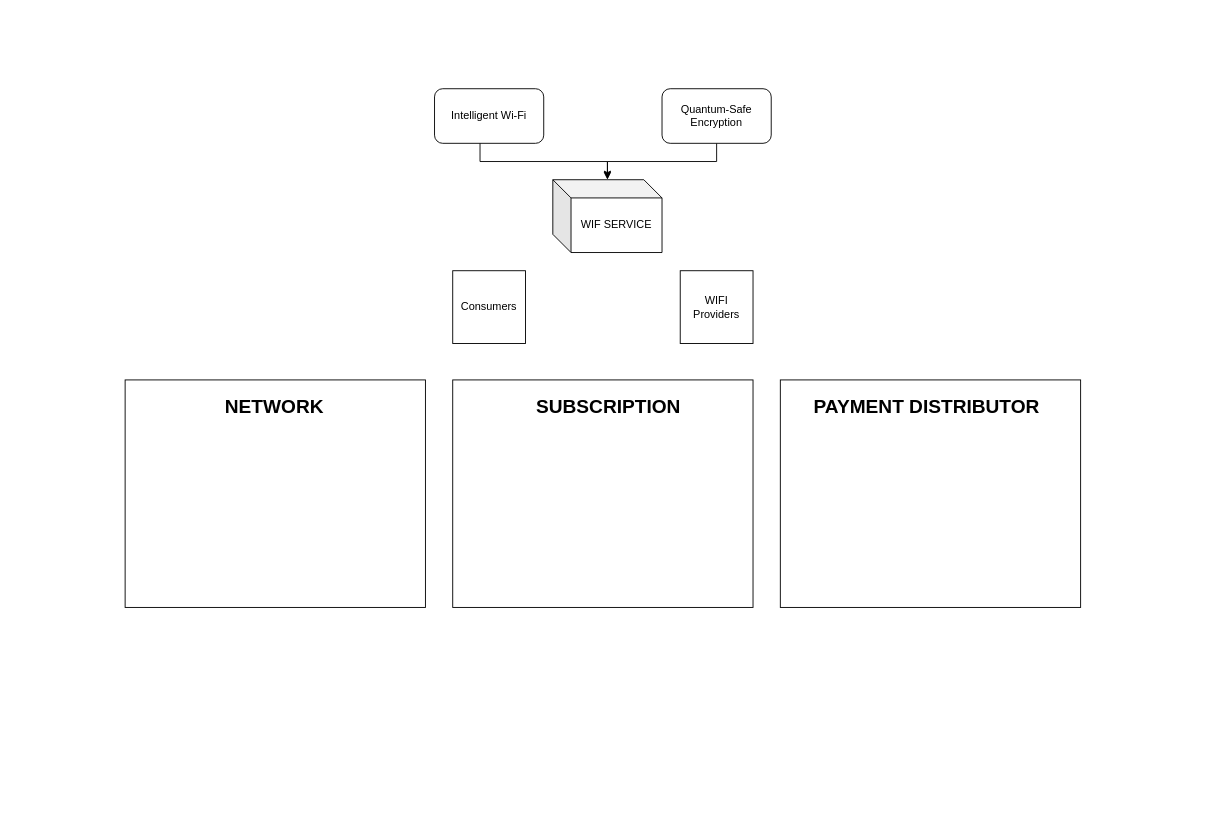
ali-05-ahmed/Concept-Diagrams keeps this draw.io diagram as quantinium.drawio. Above is the earlier version. Source tidied: cells renumbered, new cells numbered last; positions are measured from the earlier drawing's top-left corner, leaving out a move shared by most shapes. Both pictures are drawn from the tidied source at 91%, with x=0, y=0 at pixel (125, 88).
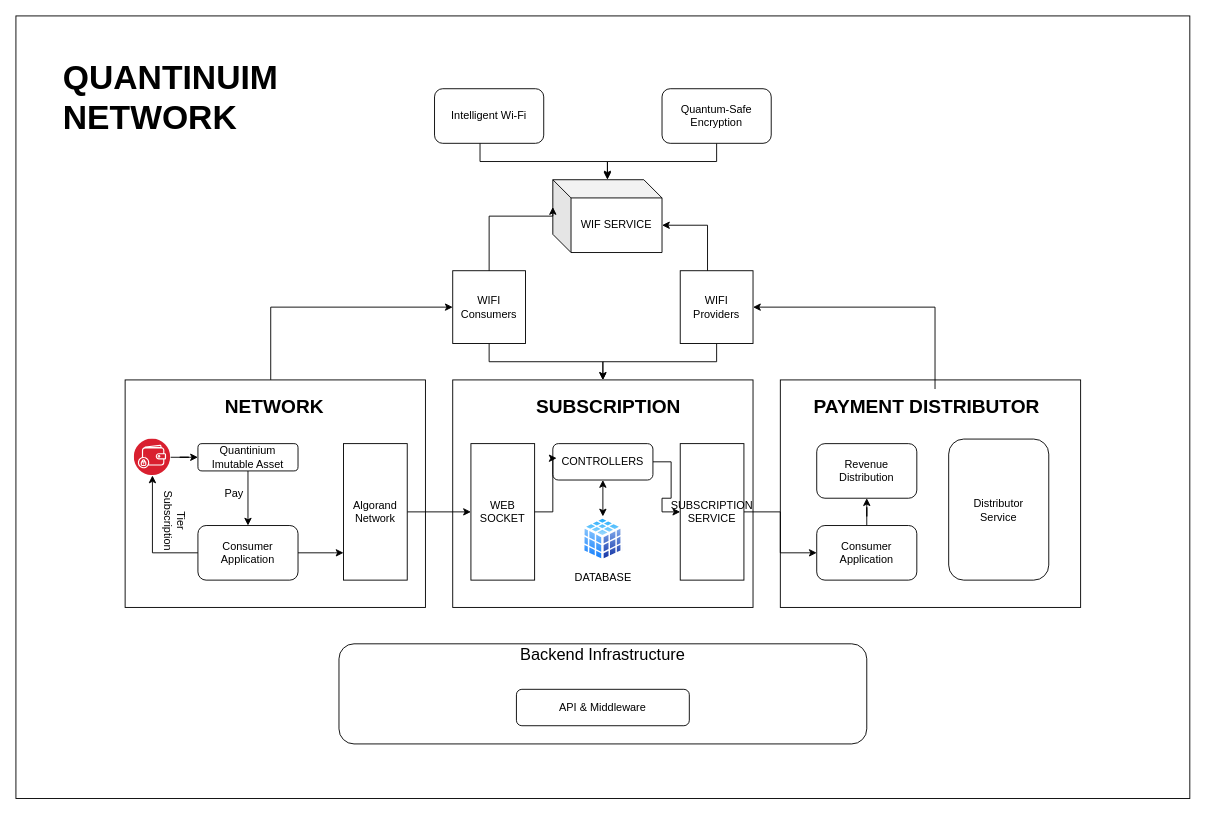
After the change.

Unchanged cells that the change refers to:
```xml
<mxCell id="4" value="WIF SERVICE" style="shape=cube;whiteSpace=wrap;html=1;boundedLbl=1;backgroundOutline=1;darkOpacity=0.05;darkOpacity2=0.1;" parent="1" vertex="1">
  <mxGeometry x="470" y="100" width="120" height="80" as="geometry" />
</mxCell>
<mxCell id="7" value="WIFI Providers" style="whiteSpace=wrap;html=1;" parent="1" vertex="1">
  <mxGeometry x="610" y="200" width="80" height="80" as="geometry" />
</mxCell>
<mxCell id="9" style="rounded=0;whiteSpace=wrap;html=1;" parent="1" vertex="1">
  <mxGeometry x="360" y="320" width="330" height="250" as="geometry" />
</mxCell>
<mxCell id="11" style="rounded=0;whiteSpace=wrap;html=1;" parent="1" vertex="1">
  <mxGeometry y="320" width="330" height="250" as="geometry" />
</mxCell>
<mxCell id="14" value="&lt;h1 style=&quot;margin-top: 0px; font-size: 21px;&quot;&gt;PAYMENT DISTRIBUTOR&lt;/h1&gt;" style="text;html=1;whiteSpace=wrap;overflow=hidden;rounded=0;" parent="1" vertex="1">
  <mxGeometry x="755" y="330" width="260" height="40" as="geometry" />
</mxCell>
```

The edit, as a diff of the source:
```diff
@@
+    <mxCell id="15" style="rounded=0;whiteSpace=wrap;html=1;" parent="1" vertex="1">
+      <mxGeometry x="-120" y="-80" width="1290" height="860" as="geometry" />
+    </mxCell>
@@
+    <mxCell id="16" style="edgeStyle=orthogonalEdgeStyle;rounded=0;jettySize=auto;html=1;entryX=0.5;entryY=0;entryDx=0;entryDy=0;" parent="1" edge="1" source="7" target="9">
+      <mxGeometry relative="1" as="geometry" />
+    </mxCell>
@@
+    <mxCell id="17" style="edgeStyle=orthogonalEdgeStyle;rounded=0;jettySize=auto;html=1;entryX=0.5;entryY=0;entryDx=0;entryDy=0;" parent="1" edge="1" source="8" target="9">
+      <mxGeometry relative="1" as="geometry" />
+    </mxCell>
-    <mxCell id="8" value="Consumers" style="whiteSpace=wrap;html=1;" parent="1" vertex="1">
+    <mxCell id="8" value="WIFI&lt;br&gt;Consumers" style="whiteSpace=wrap;html=1;" parent="1" vertex="1">
       <mxGeometry x="360" y="200" width="80" height="80" as="geometry" />
     </mxCell>
@@
+    <mxCell id="18" style="edgeStyle=orthogonalEdgeStyle;rounded=0;jettySize=auto;html=1;entryX=0;entryY=0.5;entryDx=0;entryDy=0;" parent="1" edge="1" source="11" target="8">
+      <mxGeometry relative="1" as="geometry">
+        <Array as="points">
+          <mxPoint x="160" y="240" />
+        </Array>
+      </mxGeometry>
+    </mxCell>
@@
+    <mxCell id="19" style="edgeStyle=orthogonalEdgeStyle;rounded=0;jettySize=auto;html=1;entryX=1;entryY=0.5;entryDx=0;entryDy=0;" parent="1" edge="1" source="14" target="7">
+      <mxGeometry relative="1" as="geometry">
+        <Array as="points">
+          <mxPoint x="890" y="240" />
+        </Array>
+      </mxGeometry>
+    </mxCell>
@@
+    <mxCell id="20" style="edgeStyle=orthogonalEdgeStyle;rounded=0;jettySize=auto;html=1;entryX=0;entryY=0;entryDx=0;entryDy=30;entryPerimeter=0;" parent="1" edge="1" source="8" target="4">
+      <mxGeometry relative="1" as="geometry">
+        <Array as="points">
+          <mxPoint x="400" y="140" />
+          <mxPoint x="470" y="140" />
+        </Array>
+      </mxGeometry>
+    </mxCell>
+    <mxCell id="21" style="edgeStyle=orthogonalEdgeStyle;rounded=0;jettySize=auto;html=1;entryX=0;entryY=0;entryDx=120;entryDy=50;entryPerimeter=0;" parent="1" edge="1" source="7" target="4">
+      <mxGeometry relative="1" as="geometry">
+        <Array as="points">
+          <mxPoint x="640" y="150" />
+        </Array>
+      </mxGeometry>
+    </mxCell>
+    <mxCell id="22" style="edgeStyle=orthogonalEdgeStyle;rounded=0;jettySize=auto;html=1;" parent="1" edge="1" source="23" target="26">
+      <mxGeometry relative="1" as="geometry" />
+    </mxCell>
+    <mxCell id="23" value="Quantinium&lt;br&gt;Imutable Asset" style="rounded=1;whiteSpace=wrap;html=1;" parent="1" vertex="1">
+      <mxGeometry x="80" y="390" width="110" height="30" as="geometry" />
+    </mxCell>
+    <mxCell id="24" style="edgeStyle=orthogonalEdgeStyle;rounded=0;jettySize=auto;html=1;entryX=0.5;entryY=1;entryDx=0;entryDy=0;" parent="1" edge="1" source="26" target="28">
+      <mxGeometry relative="1" as="geometry" />
+    </mxCell>
+    <mxCell id="25" style="edgeStyle=orthogonalEdgeStyle;rounded=0;jettySize=auto;html=1;" parent="1" edge="1" source="26" target="30">
+      <mxGeometry relative="1" as="geometry">
+        <Array as="points">
+          <mxPoint x="230" y="510" />
+          <mxPoint x="230" y="510" />
+        </Array>
+      </mxGeometry>
+    </mxCell>
+    <mxCell id="26" value="Consumer Application" style="rounded=1;whiteSpace=wrap;html=1;" parent="1" vertex="1">
+      <mxGeometry x="80" y="480" width="110" height="60" as="geometry" />
+    </mxCell>
+    <mxCell id="27" style="edgeStyle=orthogonalEdgeStyle;rounded=0;jettySize=auto;html=1;" parent="1" edge="1" source="28" target="23">
+      <mxGeometry relative="1" as="geometry" />
+    </mxCell>
+    <mxCell id="28" style="image;perimeter=ellipsePerimeter;html=1;align=center;shadow=0;dashed=0;fontColor=#4277BB;labelBackgroundColor=default;fontSize=12;spacingTop=3;image=img/lib/ibm/blockchain/wallet.svg;" parent="1" vertex="1">
+      <mxGeometry x="10" y="385" width="40" height="40" as="geometry" />
+    </mxCell>
+    <mxCell id="29" style="edgeStyle=orthogonalEdgeStyle;rounded=0;jettySize=auto;html=1;entryX=0;entryY=0.5;entryDx=0;entryDy=0;" parent="1" edge="1" source="30" target="33">
+      <mxGeometry relative="1" as="geometry" />
+    </mxCell>
+    <mxCell id="30" value="Algorand&lt;br&gt;Network" style="rounded=0;whiteSpace=wrap;html=1;" parent="1" vertex="1">
+      <mxGeometry x="240" y="390" width="70" height="150" as="geometry" />
+    </mxCell>
+    <mxCell id="31" value="Pay" style="text;html=1;align=center;verticalAlign=middle;whiteSpace=wrap;rounded=0;" parent="1" vertex="1">
+      <mxGeometry x="90" y="430" width="60" height="30" as="geometry" />
+    </mxCell>
+    <mxCell id="32" value="Tier Subscription" style="text;html=1;align=center;verticalAlign=middle;whiteSpace=wrap;rounded=0;rotation=90;" parent="1" vertex="1">
+      <mxGeometry x="20" y="460" width="70" height="30" as="geometry" />
+    </mxCell>
+    <mxCell id="33" value="WEB&lt;br&gt;SOCKET" style="rounded=0;whiteSpace=wrap;html=1;" parent="1" vertex="1">
+      <mxGeometry x="380" y="390" width="70" height="150" as="geometry" />
+    </mxCell>
+    <mxCell id="34" value="DATABASE" style="image;perimeter=ellipsePerimeter;html=1;align=center;shadow=0;dashed=0;spacingTop=3;image=img/lib/active_directory/database_cube.svg;" parent="1" vertex="1">
+      <mxGeometry x="502.5" y="470" width="45" height="50" as="geometry" />
+    </mxCell>
+    <mxCell id="35" style="edgeStyle=orthogonalEdgeStyle;rounded=0;jettySize=auto;html=1;startArrow=classic;startFill=1;" parent="1" edge="1" source="37" target="34">
+      <mxGeometry relative="1" as="geometry" />
+    </mxCell>
+    <mxCell id="36" style="edgeStyle=orthogonalEdgeStyle;rounded=0;jettySize=auto;html=1;" parent="1" edge="1" source="37" target="39">
+      <mxGeometry relative="1" as="geometry" />
+    </mxCell>
+    <mxCell id="37" value="CONTROLLERS" style="rounded=1;whiteSpace=wrap;html=1;" parent="1" vertex="1">
+      <mxGeometry x="470" y="390" width="110" height="40" as="geometry" />
+    </mxCell>
+    <mxCell id="38" style="edgeStyle=orthogonalEdgeStyle;rounded=0;jettySize=auto;html=1;" parent="1" edge="1" source="39" target="42">
+      <mxGeometry relative="1" as="geometry" />
+    </mxCell>
+    <mxCell id="39" value="SUBSCRIPTION SERVICE" style="rounded=0;whiteSpace=wrap;html=1;" parent="1" vertex="1">
+      <mxGeometry x="610" y="390" width="70" height="150" as="geometry" />
+    </mxCell>
+    <mxCell id="40" style="edgeStyle=orthogonalEdgeStyle;rounded=0;jettySize=auto;html=1;entryX=0.038;entryY=0.399;entryDx=0;entryDy=0;entryPerimeter=0;" parent="1" edge="1" source="33" target="37">
+      <mxGeometry relative="1" as="geometry" />
+    </mxCell>
+    <mxCell id="41" style="edgeStyle=orthogonalEdgeStyle;rounded=0;jettySize=auto;html=1;" parent="1" edge="1" source="42" target="43">
+      <mxGeometry relative="1" as="geometry" />
+    </mxCell>
+    <mxCell id="42" value="Consumer Application" style="rounded=1;whiteSpace=wrap;html=1;" parent="1" vertex="1">
+      <mxGeometry x="760" y="480" width="110" height="60" as="geometry" />
+    </mxCell>
+    <mxCell id="43" value="Revenue Distribution" style="rounded=1;whiteSpace=wrap;html=1;" parent="1" vertex="1">
+      <mxGeometry x="760" y="390" width="110" height="60" as="geometry" />
+    </mxCell>
+    <mxCell id="44" value="Distributor&lt;br&gt;Service" style="rounded=1;whiteSpace=wrap;html=1;" parent="1" vertex="1">
+      <mxGeometry x="905" y="385" width="110" height="155" as="geometry" />
+    </mxCell>
+    <mxCell id="45" value="&lt;font style=&quot;font-size: 18px;&quot;&gt;Backend Infrastructure&lt;br&gt;&lt;br&gt;&lt;br&gt;&lt;br&gt;&lt;br&gt;&lt;/font&gt;" style="rounded=1;whiteSpace=wrap;html=1;" parent="1" vertex="1">
+      <mxGeometry x="235" y="610" width="580" height="110" as="geometry" />
+    </mxCell>
+    <mxCell id="46" value="API &amp;amp; Middleware" style="rounded=1;whiteSpace=wrap;html=1;" parent="1" vertex="1">
+      <mxGeometry x="430" y="660" width="190" height="40" as="geometry" />
+    </mxCell>
+    <mxCell id="47" value="&lt;h1 style=&quot;margin-top: 0px; font-size: 37px;&quot;&gt;&lt;font style=&quot;font-size: 37px;&quot;&gt;QUANTINUIM NETWORK&lt;/font&gt;&lt;/h1&gt;&lt;p style=&quot;font-size: 37px;&quot;&gt;&lt;br&gt;&lt;/p&gt;" style="text;html=1;whiteSpace=wrap;overflow=hidden;rounded=0;" parent="1" vertex="1">
+      <mxGeometry x="-70" y="-40" width="250" height="110" as="geometry" />
+    </mxCell>
```
